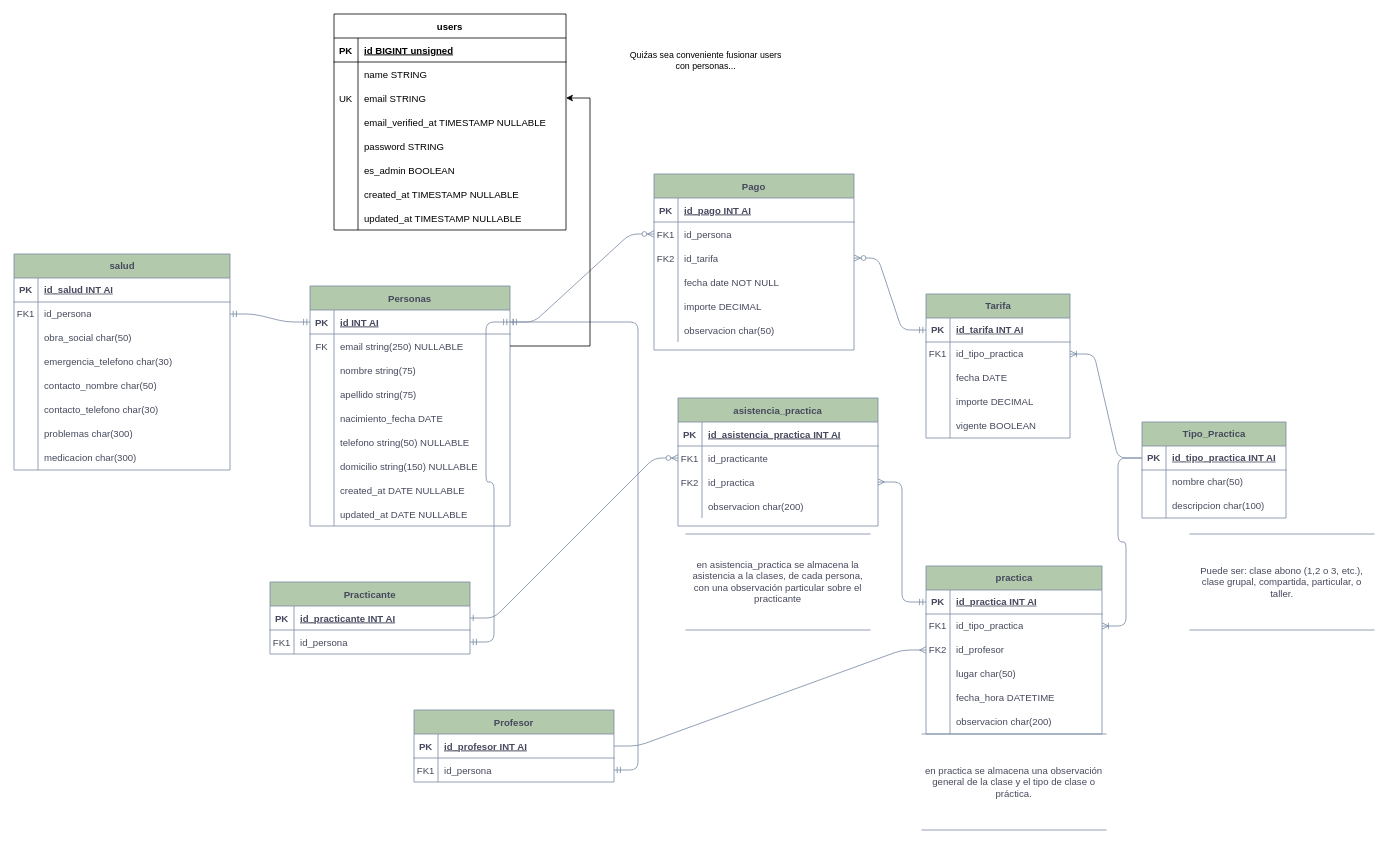
Above: bd_taichimdp.drawio in Alexmdq80/taichimdp_bd (draw.io), before the change. Source tidied: cells renumbered, new cells numbered last; positions are measured from the earlier drawing's top-left corner, leaving out a move shared by most shapes. Both pictures are drawn from the tidied source at 80%, with x=0, y=0 at pixel (14, 14).
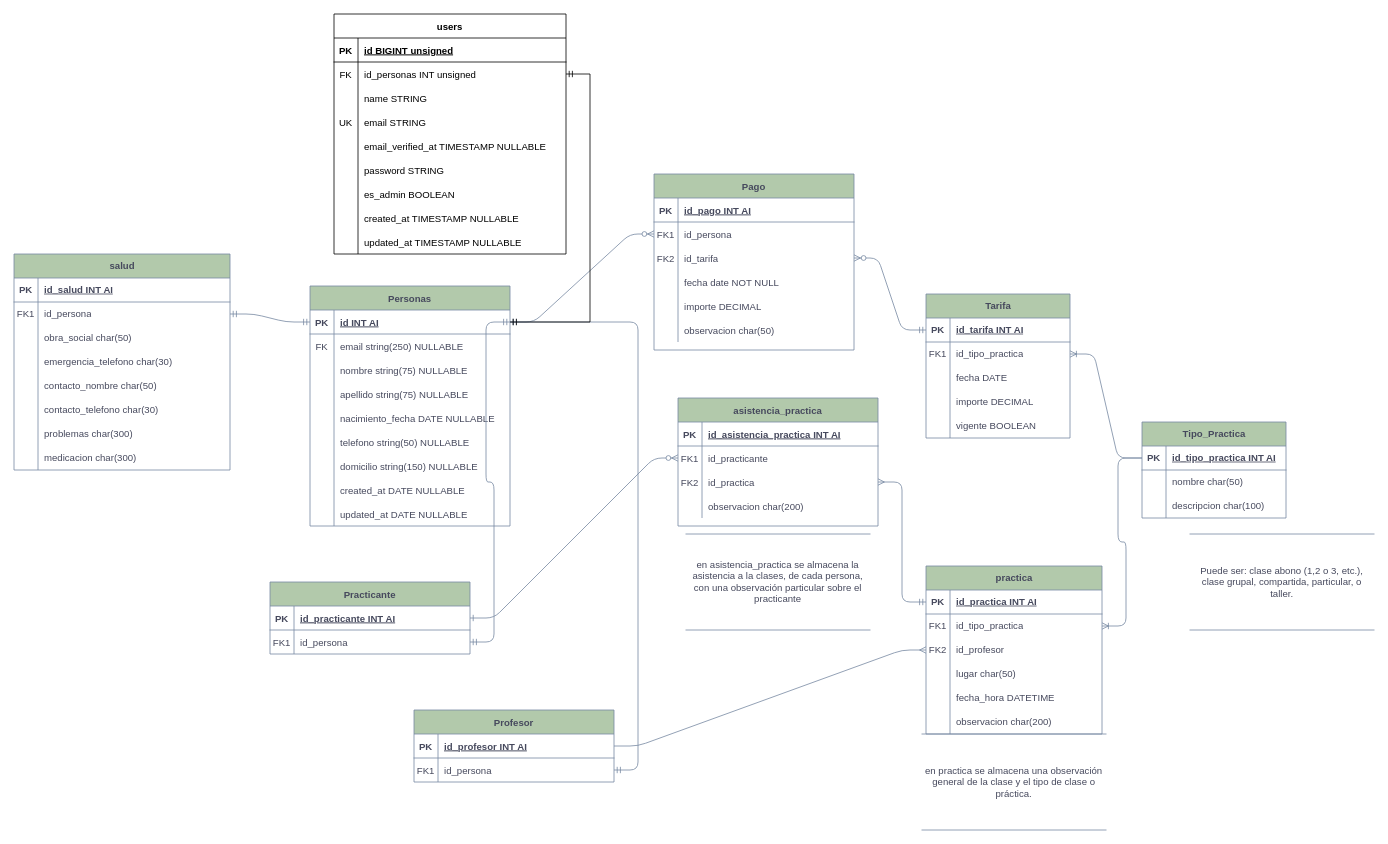
The same page after the edit.

Unchanged cells that the change refers to:
```xml
<mxCell id="24" style="shape=partialRectangle;fillColor=none;points=[[0,0.5],[1,0.5]];portConstraint=eastwest;top=0;left=0;right=0;bottom=1;labelBackgroundColor=none;strokeColor=#788AA3;fontColor=#46495D;" parent="23" vertex="1">
  <mxGeometry y="30" width="250" height="30" as="geometry" />
</mxCell>
<mxCell id="27" style="shape=partialRectangle;fillColor=none;points=[[0,0.5],[1,0.5]];portConstraint=eastwest;top=0;left=0;right=0;bottom=0;labelBackgroundColor=none;strokeColor=#788AA3;fontColor=#46495D;" parent="23" vertex="1">
  <mxGeometry y="60" width="250" height="30" as="geometry" />
</mxCell>
<mxCell id="30" style="shape=partialRectangle;fillColor=none;top=0;left=0;right=0;bottom=0;labelBackgroundColor=none;strokeColor=#788AA3;fontColor=#46495D;" parent="23" vertex="1">
  <mxGeometry y="90" width="250" height="30" as="geometry" />
</mxCell>
<mxCell id="33" style="shape=partialRectangle;fillColor=none;top=0;left=0;right=0;bottom=0;labelBackgroundColor=none;strokeColor=#788AA3;fontColor=#46495D;" parent="23" vertex="1">
  <mxGeometry y="120" width="250" height="30" as="geometry" />
</mxCell>
<mxCell id="36" style="shape=partialRectangle;fillColor=none;top=0;left=0;right=0;bottom=0;labelBackgroundColor=none;strokeColor=#788AA3;fontColor=#46495D;" parent="23" vertex="1">
  <mxGeometry y="150" width="250" height="30" as="geometry" />
</mxCell>
```

The edit, as a diff of the source:
```diff
@@
-    <mxCell id="32" value="nombre string(75)" style="shape=partialRectangle;overflow=hidden;fillColor=none;top=0;left=0;bottom=0;right=0;align=left;spacingLeft=6;rowspan=1;labelBackgroundColor=none;strokeColor=#788AA3;fontColor=#46495D;" parent="30" vertex="1">
+    <mxCell id="32" value="nombre string(75) NULLABLE" style="shape=partialRectangle;overflow=hidden;fillColor=none;top=0;left=0;bottom=0;right=0;align=left;spacingLeft=6;rowspan=1;labelBackgroundColor=none;strokeColor=#788AA3;fontColor=#46495D;" parent="30" vertex="1">
       <mxGeometry x="30" width="220" height="30" as="geometry" />
     </mxCell>
@@
-    <mxCell id="35" value="apellido string(75)" style="shape=partialRectangle;overflow=hidden;fillColor=none;top=0;left=0;bottom=0;right=0;align=left;spacingLeft=6;labelBackgroundColor=none;strokeColor=#788AA3;fontColor=#46495D;" parent="33" vertex="1">
+    <mxCell id="35" value="apellido string(75) NULLABLE" style="shape=partialRectangle;overflow=hidden;fillColor=none;top=0;left=0;bottom=0;right=0;align=left;spacingLeft=6;labelBackgroundColor=none;strokeColor=#788AA3;fontColor=#46495D;" parent="33" vertex="1">
       <mxGeometry x="30" width="220" height="30" as="geometry" />
     </mxCell>
@@
-    <mxCell id="38" value="nacimiento_fecha DATE" style="shape=partialRectangle;overflow=hidden;fillColor=none;top=0;left=0;bottom=0;right=0;align=left;spacingLeft=6;labelBackgroundColor=none;strokeColor=#788AA3;fontColor=#46495D;" parent="36" vertex="1">
+    <mxCell id="38" value="nacimiento_fecha DATE NULLABLE" style="shape=partialRectangle;overflow=hidden;fillColor=none;top=0;left=0;bottom=0;right=0;align=left;spacingLeft=6;labelBackgroundColor=none;strokeColor=#788AA3;fontColor=#46495D;" parent="36" vertex="1">
       <mxGeometry x="30" width="220" height="30" as="geometry" />
     </mxCell>
@@
     <mxCell id="159" value="users" style="shape=table;startSize=30;childLayout=tableLayout;rowLines=0;fontStyle=1;align=center;" parent="1" vertex="1">
-      <mxGeometry x="400" width="290" height="270" as="geometry" />
+      <mxGeometry x="400" width="290" height="300" as="geometry" />
     </mxCell>
@@
+    <mxCell id="186" style="shape=partialRectangle;fillColor=none;points=[[0,0.5],[1,0.5]];portConstraint=eastwest;top=0;left=0;right=0;bottom=0;" parent="159" vertex="1">
+      <mxGeometry y="60" width="290" height="30" as="geometry" />
+    </mxCell>
+    <mxCell id="187" value="FK" style="shape=partialRectangle;overflow=hidden;fillColor=none;top=0;left=0;bottom=0;right=0;" parent="186" vertex="1">
+      <mxGeometry width="30" height="30" as="geometry" />
+    </mxCell>
+    <mxCell id="188" value="id_personas INT unsigned" style="shape=partialRectangle;overflow=hidden;fillColor=none;top=0;left=0;bottom=0;right=0;align=left;spacingLeft=6;" parent="186" vertex="1">
+      <mxGeometry x="30" width="260" height="30" as="geometry" />
+    </mxCell>
     <mxCell id="163" style="shape=partialRectangle;fillColor=none;top=0;left=0;right=0;bottom=0;" parent="159" vertex="1">
-      <mxGeometry y="60" width="290" height="30" as="geometry" />
+      <mxGeometry y="90" width="290" height="30" as="geometry" />
     </mxCell>
@@
     <mxCell id="166" style="shape=partialRectangle;fillColor=none;points=[[0,0.5],[1,0.5]];portConstraint=eastwest;top=0;left=0;right=0;bottom=0;" parent="159" vertex="1">
-      <mxGeometry y="90" width="290" height="30" as="geometry" />
+      <mxGeometry y="120" width="290" height="30" as="geometry" />
     </mxCell>
@@
     <mxCell id="169" style="shape=partialRectangle;fillColor=none;top=0;left=0;right=0;bottom=0;" parent="159" vertex="1">
-      <mxGeometry y="120" width="290" height="30" as="geometry" />
+      <mxGeometry y="150" width="290" height="30" as="geometry" />
     </mxCell>
@@
     <mxCell id="172" style="shape=partialRectangle;fillColor=none;top=0;left=0;right=0;bottom=0;" parent="159" vertex="1">
-      <mxGeometry y="150" width="290" height="30" as="geometry" />
+      <mxGeometry y="180" width="290" height="30" as="geometry" />
     </mxCell>
@@
     <mxCell id="175" style="shape=partialRectangle;fillColor=none;top=0;left=0;right=0;bottom=0;" parent="159" vertex="1">
-      <mxGeometry y="180" width="290" height="30" as="geometry" />
+      <mxGeometry y="210" width="290" height="30" as="geometry" />
     </mxCell>
@@
     <mxCell id="178" style="shape=partialRectangle;fillColor=none;top=0;left=0;right=0;bottom=0;" parent="159" vertex="1">
-      <mxGeometry y="210" width="290" height="30" as="geometry" />
+      <mxGeometry y="240" width="290" height="30" as="geometry" />
     </mxCell>
@@
     <mxCell id="181" style="shape=partialRectangle;fillColor=none;top=0;left=0;right=0;bottom=0;" parent="159" vertex="1">
-      <mxGeometry y="240" width="290" height="30" as="geometry" />
+      <mxGeometry y="270" width="290" height="30" as="geometry" />
     </mxCell>
@@
-    <mxCell id="184" style="edgeStyle=entityRelationEdgeStyle;rounded=0;jettySize=auto;html=1;" parent="1" edge="1" source="27" target="166">
-      <mxGeometry relative="1" as="geometry" />
-    </mxCell>
-    <mxCell id="185" value="&lt;span style=&quot;font-size: 11px;&quot;&gt;Quiźas sea conveniente fusionar users con personas...&lt;/span&gt;&lt;div&gt;&lt;span style=&quot;font-size: 11px;&quot;&gt;&lt;br&gt;&lt;/span&gt;&lt;/div&gt;" style="text;strokeColor=none;align=center;fillColor=none;html=1;verticalAlign=middle;whiteSpace=wrap;rounded=0;" parent="1" vertex="1">
-      <mxGeometry x="760" y="30" width="210" height="70" as="geometry" />
-    </mxCell>
+    <mxCell id="189" style="edgeStyle=entityRelationEdgeStyle;rounded=0;jettySize=auto;html=1;endArrow=ERmandOne;endFill=0;startArrow=ERmandOne;startFill=0;" parent="1" edge="1" source="186" target="24">
+      <mxGeometry relative="1" as="geometry" />
+    </mxCell>
```
